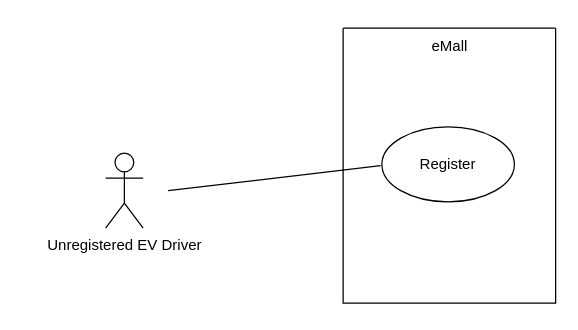
gio-del/eMall keeps this draw.io diagram as RASD/src/use_case_diagram/driver_registration.drawio. Above is the earlier version. Source tidied: cells renumbered, new cells numbered last; positions are measured from the earlier drawing's top-left corner, leaving out a move shared by most shapes. Both pictures are drawn from the tidied source at 125%, with x=0, y=0 at pixel (105, 28).
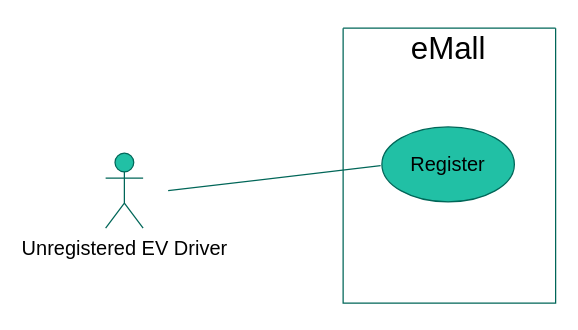
The same diagram, later.

Diff of the diagram source:
```diff
@@
 <mxGraphModel>
   <root>
     <mxCell id="0" />
     <mxCell id="1" parent="0" />
-    <mxCell id="2" value="&lt;div&gt;Unregistered EV Driver&lt;/div&gt;&lt;div&gt;&lt;br&gt;&lt;/div&gt;&lt;div&gt;&lt;br&gt;&lt;/div&gt;" style="shape=umlActor;verticalLabelPosition=bottom;verticalAlign=top;html=1;" parent="1" vertex="1">
+    <mxCell id="2" value="&lt;div style=&quot;font-size: 16px;&quot;&gt;Unregistered EV Driver&lt;/div&gt;&lt;div style=&quot;font-size: 16px;&quot;&gt;&lt;br style=&quot;font-size: 16px;&quot;&gt;&lt;/div&gt;&lt;div style=&quot;font-size: 16px;&quot;&gt;&lt;br style=&quot;font-size: 16px;&quot;&gt;&lt;/div&gt;" style="shape=umlActor;verticalLabelPosition=bottom;verticalAlign=top;html=1;fontSize=16;rounded=1;labelBackgroundColor=none;fillColor=#21C0A5;strokeColor=#006658;fontColor=#000000;" parent="1" vertex="1">
       <mxGeometry y="100" width="30" height="60" as="geometry" />
     </mxCell>
-    <mxCell id="3" style="swimlane;startSize=0;" parent="1" vertex="1">
+    <mxCell id="3" style="swimlane;startSize=0;fontSize=16;rounded=1;labelBackgroundColor=none;fillColor=#21C0A5;strokeColor=#006658;fontColor=#000000;" parent="1" vertex="1">
       <mxGeometry x="190" width="170" height="220" as="geometry" />
     </mxCell>
-    <mxCell id="4" value="Register" style="ellipse;whiteSpace=wrap;html=1;" parent="3" vertex="1">
+    <mxCell id="4" value="Register" style="ellipse;whiteSpace=wrap;html=1;fontSize=16;rounded=1;labelBackgroundColor=none;fillColor=#21C0A5;strokeColor=#006658;fontColor=#000000;" parent="3" vertex="1">
       <mxGeometry x="31" y="79" width="106" height="60" as="geometry" />
     </mxCell>
-    <mxCell id="5" value="eMall" style="text;html=1;align=center;verticalAlign=middle;strokeColor=none;fillColor=none;" parent="3" vertex="1">
-      <mxGeometry x="60" width="50" height="30" as="geometry" />
+    <mxCell id="5" value="eMall" style="text;html=1;align=center;verticalAlign=middle;strokeColor=none;fillColor=none;fontSize=25;rounded=1;labelBackgroundColor=none;fontColor=#000000;" parent="3" vertex="1">
+      <mxGeometry x="44" y="-5" width="80" height="40" as="geometry" />
     </mxCell>
-    <mxCell id="6" style="endArrow=none;html=1;rounded=0;" parent="1" edge="1">
+    <mxCell id="6" style="endArrow=none;html=1;rounded=1;fontSize=16;labelBackgroundColor=none;strokeColor=#006658;fontColor=#000000;" parent="1" edge="1">
       <mxGeometry relative="1" as="geometry">
         <mxPoint x="50" y="130" as="sourcePoint" />
         <mxPoint x="220" y="110" as="targetPoint" />
       </mxGeometry>
     </mxCell>
   </root>
 </mxGraphModel>
```
